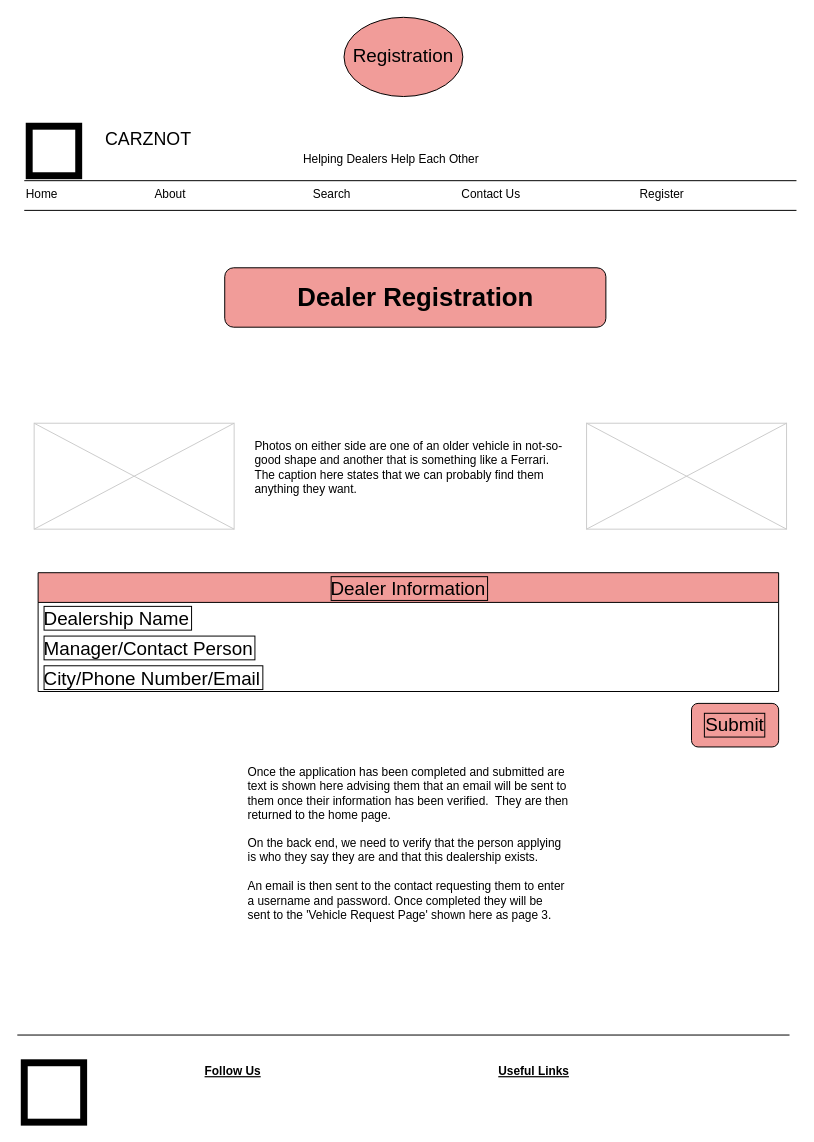
Above: Registration wireframe.drawio in carznot2/wdd130 (draw.io), before the change. Source tidied: cells renumbered, new cells numbered last; positions are measured from the earlier drawing's top-left corner, leaving out a move shared by most shapes. Both pictures are drawn from the tidied source at 99%, with x=0, y=0 at pixel (17, 17).
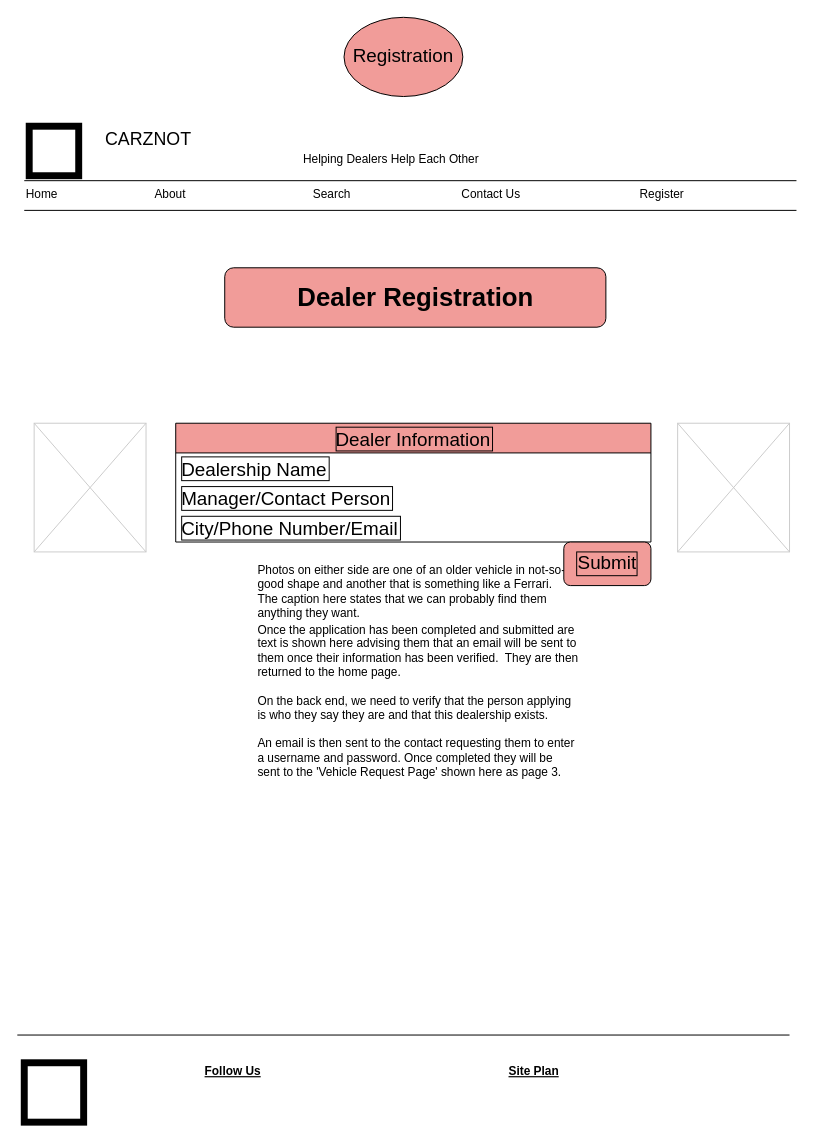
The same page after the edit.

The edit, as a diff of the source:
```diff
@@
     <mxCell id="9" style="verticalLabelPosition=bottom;verticalAlign=top;strokeWidth=1;shape=mxgraph.mockup.graphics.iconGrid;strokeColor=#CCCCCC;gridSize=1,1;" parent="1" vertex="1">
-      <mxGeometry x="17" y="410" width="202" height="107" as="geometry" />
+      <mxGeometry x="17" y="410" width="113" height="130" as="geometry" />
     </mxCell>
     <mxCell id="10" value="Photos on either side are one of an older vehicle in not-so-good shape and another that is something like a Ferrari.  The caption here states that we can probably find them anything they want." style="text;spacingTop=-5;whiteSpace=wrap;align=left;" parent="1" vertex="1">
-      <mxGeometry x="238" y="425" width="322" height="70" as="geometry" />
+      <mxGeometry x="241" y="550" width="322" height="70" as="geometry" />
     </mxCell>
@@
-    <mxCell id="18" value="Useful Links" style="text;spacingTop=-5;align=center;fontStyle=5;" parent="1" vertex="1">
+    <mxCell id="18" value="Site Plan" style="text;spacingTop=-5;align=center;fontStyle=5;" parent="1" vertex="1">
       <mxGeometry x="502" y="1056" width="40" height="30" as="geometry" />
     </mxCell>
@@
-    <mxCell id="21" style="verticalLabelPosition=bottom;verticalAlign=top;strokeWidth=1;shape=mxgraph.mockup.graphics.iconGrid;strokeColor=#CCCCCC;gridSize=1,1;" parent="1" vertex="1">
-      <mxGeometry x="575" y="410" width="202" height="107" as="geometry" />
-    </mxCell>
     <mxCell id="22" value="Dealer Information" style="swimlane;fontStyle=0;horizontal=1;startSize=30;labelBorderColor=default;fontSize=19;fillColor=#F19C99;" parent="1" vertex="1">
-      <mxGeometry x="21" y="561" width="748" height="120" as="geometry" />
+      <mxGeometry x="160" y="410" width="480" height="120" as="geometry" />
     </mxCell>
     <mxCell id="23" value="Dealership Name" style="text;strokeColor=none;fillColor=none;align=left;verticalAlign=middle;spacingLeft=4;spacingRight=4;overflow=hidden;labelBorderColor=default;fontSize=19;" parent="22" vertex="1">
-      <mxGeometry y="30" width="748" height="30" as="geometry" />
+      <mxGeometry y="30" width="480" height="30" as="geometry" />
     </mxCell>
     <mxCell id="24" value="Manager/Contact Person" style="text;strokeColor=none;fillColor=none;align=left;verticalAlign=middle;spacingLeft=4;spacingRight=4;overflow=hidden;labelBorderColor=default;fontSize=19;" parent="22" vertex="1">
-      <mxGeometry y="60" width="748" height="30" as="geometry" />
+      <mxGeometry y="60" width="480" height="30" as="geometry" />
     </mxCell>
     <mxCell id="25" value="City/Phone Number/Email" style="text;strokeColor=none;fillColor=none;align=left;verticalAlign=middle;spacingLeft=4;spacingRight=4;overflow=hidden;labelBorderColor=default;fontSize=19;" parent="22" vertex="1">
-      <mxGeometry y="90" width="748" height="30" as="geometry" />
+      <mxGeometry y="90" width="480" height="30" as="geometry" />
     </mxCell>
     <mxCell id="26" value="Once the application has been completed and submitted are text is shown here advising them that an email will be sent to them once their information has been verified.  They are then returned to the home page.&#10;&#10;On the back end, we need to verify that the person applying is who they say they are and that this dealership exists.&#10;&#10;An email is then sent to the contact requesting them to enter a username and password. Once completed they will be sent to the 'Vehicle Request Page' shown here as page 3.&#10;&#10;" style="text;spacingTop=-5;whiteSpace=wrap;align=left;" parent="1" vertex="1">
-      <mxGeometry x="231" y="754" width="326" height="159" as="geometry" />
+      <mxGeometry x="241" y="610" width="326" height="159" as="geometry" />
     </mxCell>
     <mxCell id="27" value="Submit" style="rounded=1;whiteSpace=wrap;html=1;labelBorderColor=default;fontSize=19;fillColor=#F19C99;" parent="1" vertex="1">
-      <mxGeometry x="681" y="693" width="88" height="44" as="geometry" />
+      <mxGeometry x="552" y="530" width="88" height="44" as="geometry" />
     </mxCell>
+    <mxCell id="28" style="verticalLabelPosition=bottom;verticalAlign=top;strokeWidth=1;shape=mxgraph.mockup.graphics.iconGrid;strokeColor=#CCCCCC;gridSize=1,1;" parent="1" vertex="1">
+      <mxGeometry x="667" y="410" width="113" height="130" as="geometry" />
+    </mxCell>
```
